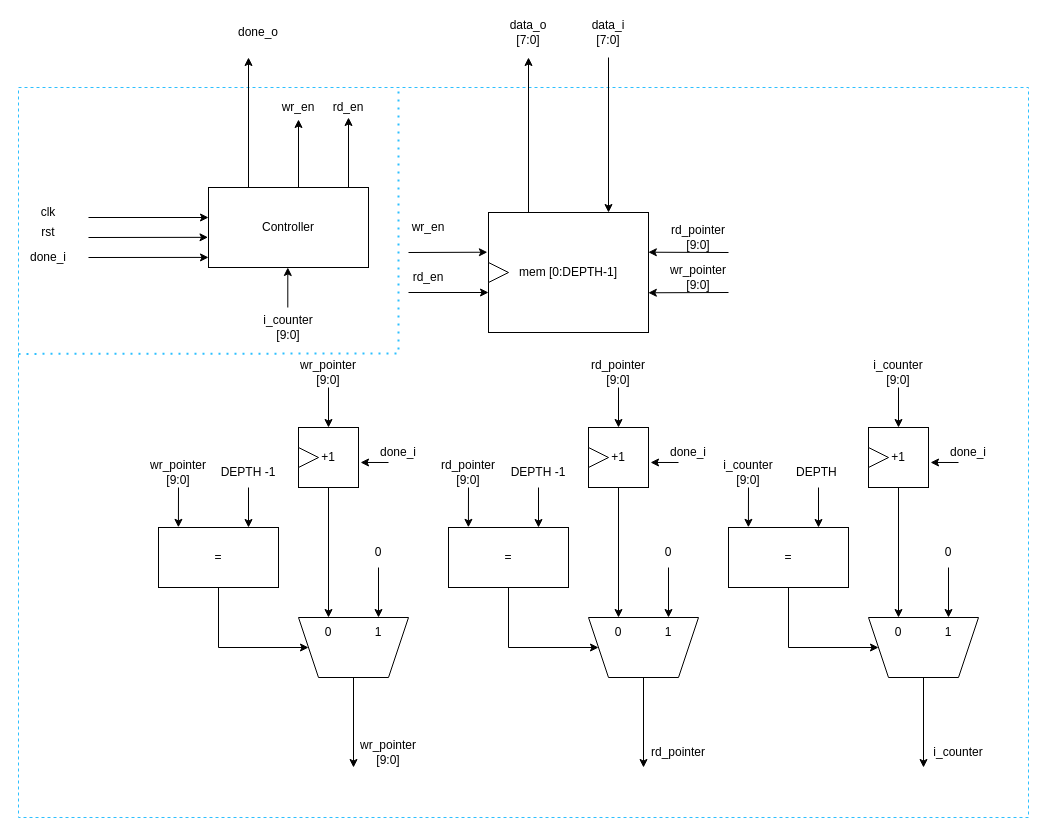
Hieuueihm/Thesis keeps this draw.io diagram as Draw/PreparationModules/LineBuffer.drawio. Above is the earlier version. Source tidied: cells renumbered, new cells numbered last; positions are measured from the earlier drawing's top-left corner, leaving out a move shared by most shapes. Both pictures are drawn from the tidied source at 100%, with x=0, y=0 at pixel (18, 17).
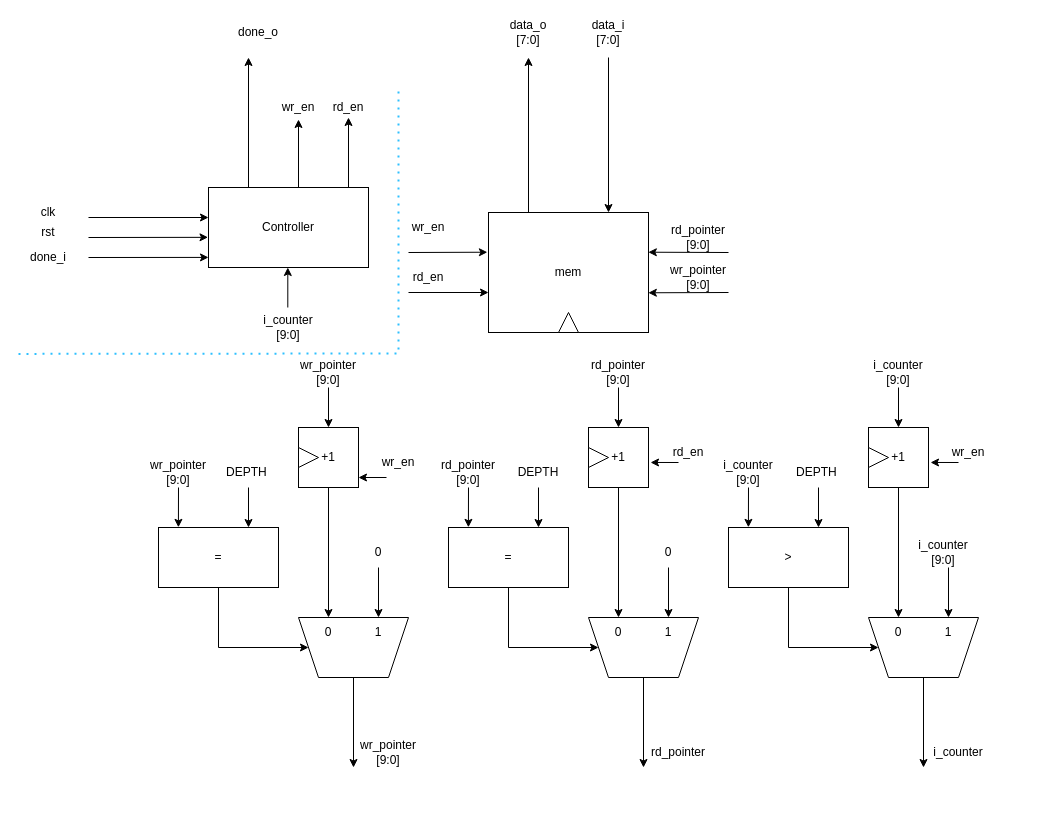
After the change.

Unchanged cells that the change refers to:
```xml
<mxCell id="41" value="+1" style="rounded=0;whiteSpace=wrap;html=1;" parent="1" vertex="1">
  <mxGeometry x="280" y="410" width="60" height="60" as="geometry" />
</mxCell>
```

Diff of the diagram source:
```diff
@@
-    <mxCell id="2" style="rounded=0;whiteSpace=wrap;html=1;strokeColor=#2EC0FF;dashed=1;" parent="1" vertex="1">
-      <mxGeometry y="70" width="1010" height="730" as="geometry" />
-    </mxCell>
-    <mxCell id="3" value="mem [0:DEPTH-1]" style="rounded=0;whiteSpace=wrap;html=1;" parent="1" vertex="1">
+    <mxCell id="3" value="mem" style="rounded=0;whiteSpace=wrap;html=1;" parent="1" vertex="1">
       <mxGeometry x="470" y="195" width="160" height="120" as="geometry" />
     </mxCell>
@@
-    <mxCell id="31" value="DEPTH -1" style="text;html=1;align=center;verticalAlign=middle;whiteSpace=wrap;rounded=0;" parent="1" vertex="1">
+    <mxCell id="31" value="DEPTH&amp;nbsp;" style="text;html=1;align=center;verticalAlign=middle;whiteSpace=wrap;rounded=0;" parent="1" vertex="1">
       <mxGeometry x="200" y="440" width="60" height="30" as="geometry" />
     </mxCell>
@@
-    <mxCell id="33" style="triangle;whiteSpace=wrap;html=1;" parent="1" vertex="1">
-      <mxGeometry x="470" y="245" width="20" height="20" as="geometry" />
+    <mxCell id="33" style="triangle;whiteSpace=wrap;html=1;direction=north;" parent="1" vertex="1">
+      <mxGeometry x="540" y="295" width="20" height="20" as="geometry" />
     </mxCell>
@@
-    <mxCell id="43" style="endArrow=classic;html=1;rounded=0;entryX=1.034;entryY=0.583;entryDx=0;entryDy=0;entryPerimeter=0;" parent="1" edge="1" target="41">
+    <mxCell id="43" style="endArrow=classic;html=1;rounded=0;entryX=1.034;entryY=0.583;entryDx=0;entryDy=0;entryPerimeter=0;" parent="1" edge="1">
       <mxGeometry relative="1" as="geometry">
-        <mxPoint x="370" y="445" as="sourcePoint" />
+        <mxPoint x="368" y="460" as="sourcePoint" />
+        <mxPoint x="340" y="460" as="targetPoint" />
       </mxGeometry>
     </mxCell>
-    <mxCell id="44" value="done_i" style="text;html=1;align=center;verticalAlign=middle;whiteSpace=wrap;rounded=0;" parent="1" vertex="1">
-      <mxGeometry x="350" y="420" width="60" height="30" as="geometry" />
+    <mxCell id="44" value="wr_en" style="text;html=1;align=center;verticalAlign=middle;whiteSpace=wrap;rounded=0;" parent="1" vertex="1">
+      <mxGeometry x="350" y="430" width="60" height="30" as="geometry" />
     </mxCell>
@@
-    <mxCell id="52" value="DEPTH -1" style="text;html=1;align=center;verticalAlign=middle;whiteSpace=wrap;rounded=0;" parent="1" vertex="1">
+    <mxCell id="52" value="DEPTH" style="text;html=1;align=center;verticalAlign=middle;whiteSpace=wrap;rounded=0;" parent="1" vertex="1">
       <mxGeometry x="490" y="440" width="60" height="30" as="geometry" />
     </mxCell>
@@
-    <mxCell id="64" value="done_i" style="text;html=1;align=center;verticalAlign=middle;whiteSpace=wrap;rounded=0;" parent="1" vertex="1">
+    <mxCell id="64" value="rd_en" style="text;html=1;align=center;verticalAlign=middle;whiteSpace=wrap;rounded=0;" parent="1" vertex="1">
       <mxGeometry x="640" y="420" width="60" height="30" as="geometry" />
     </mxCell>
@@
-    <mxCell id="72" value="=" style="rounded=0;whiteSpace=wrap;html=1;" parent="1" vertex="1">
+    <mxCell id="72" value="&amp;gt;" style="rounded=0;whiteSpace=wrap;html=1;" parent="1" vertex="1">
       <mxGeometry x="710" y="510" width="120" height="60" as="geometry" />
     </mxCell>
@@
-    <mxCell id="83" value="0" style="text;html=1;align=center;verticalAlign=middle;whiteSpace=wrap;rounded=0;" parent="1" vertex="1">
-      <mxGeometry x="900" y="520" width="60" height="30" as="geometry" />
+    <mxCell id="83" value="i_counter [9:0]" style="text;html=1;align=center;verticalAlign=middle;whiteSpace=wrap;rounded=0;" parent="1" vertex="1">
+      <mxGeometry x="890" y="520" width="70" height="30" as="geometry" />
     </mxCell>
@@
-    <mxCell id="88" value="done_i" style="text;html=1;align=center;verticalAlign=middle;whiteSpace=wrap;rounded=0;" parent="1" vertex="1">
+    <mxCell id="88" value="wr_en" style="text;html=1;align=center;verticalAlign=middle;whiteSpace=wrap;rounded=0;" parent="1" vertex="1">
       <mxGeometry x="920" y="420" width="60" height="30" as="geometry" />
     </mxCell>
```
